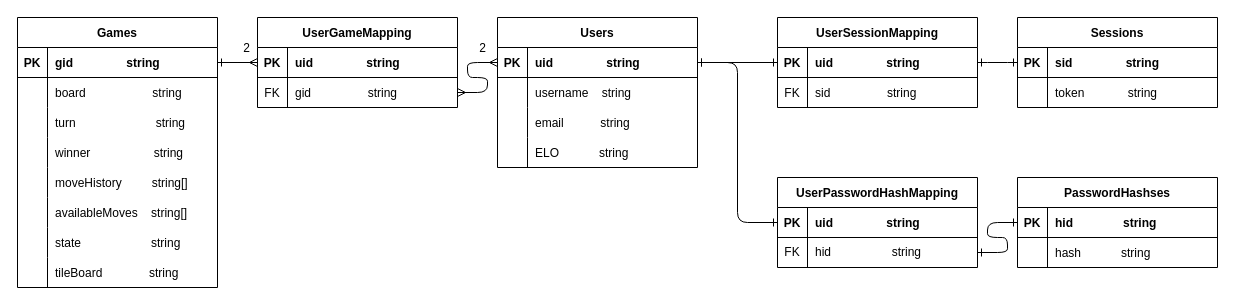
This is documentation/drawio/Database.drawio from Tluszczyk/TicTactics-go, a draw.io file, before an edit. Source tidied: cells renumbered, new cells numbered last; positions are measured from the earlier drawing's top-left corner, leaving out a move shared by most shapes. Both pictures are drawn from the tidied source at 100%, with x=0, y=0 at pixel (17, 17).
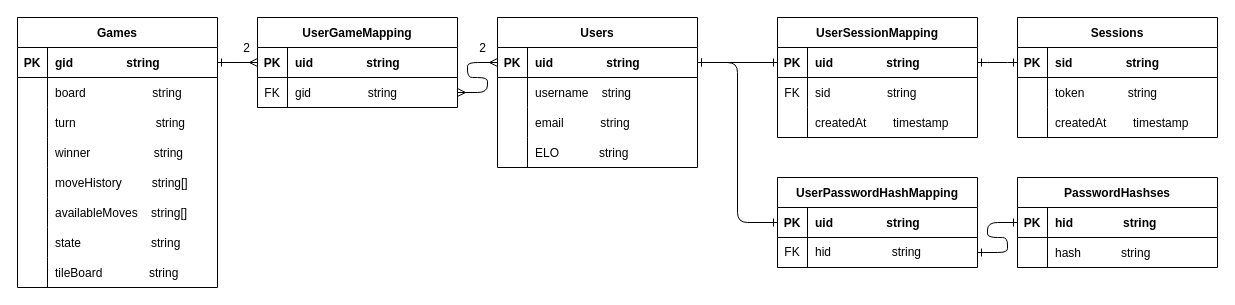
The same page after the edit.

Commit message (it also covers changes not shown here):
Added TTL to sessions and userSessionMapping tables, and set it through mongo database Dockerfile

What changed in the source:
```diff
@@
     <mxCell id="67" value="Sessions" style="shape=table;startSize=30;childLayout=tableLayout;rowLines=0;fontStyle=1;align=center;" parent="1" vertex="1">
-      <mxGeometry x="1000" width="200" height="90" as="geometry" />
+      <mxGeometry x="1000" width="200" height="120" as="geometry" />
     </mxCell>
@@
+    <mxCell id="83" style="shape=partialRectangle;fillColor=none;top=0;left=0;right=0;bottom=0;" parent="67" vertex="1">
+      <mxGeometry y="90" width="200" height="30" as="geometry" />
+    </mxCell>
+    <mxCell id="84" style="shape=partialRectangle;overflow=hidden;fillColor=none;top=0;left=0;bottom=0;right=0;" parent="83" vertex="1">
+      <mxGeometry width="30" height="30" as="geometry" />
+    </mxCell>
+    <mxCell id="85" value="createdAt        timestamp" style="shape=partialRectangle;overflow=hidden;fillColor=none;top=0;left=0;bottom=0;right=0;align=left;spacingLeft=6;" parent="83" vertex="1">
+      <mxGeometry x="30" width="170" height="30" as="geometry" />
+    </mxCell>
     <mxCell id="74" value="UserSessionMapping" style="shape=table;startSize=30;childLayout=tableLayout;rowLines=0;fontStyle=1;align=center;" parent="1" vertex="1">
-      <mxGeometry x="760" width="200" height="90" as="geometry" />
+      <mxGeometry x="760" width="200" height="120" as="geometry" />
     </mxCell>
@@
+    <mxCell id="86" style="shape=partialRectangle;fillColor=none;top=0;left=0;right=0;bottom=0;" parent="74" vertex="1">
+      <mxGeometry y="90" width="200" height="30" as="geometry" />
+    </mxCell>
+    <mxCell id="87" style="shape=partialRectangle;overflow=hidden;fillColor=none;top=0;left=0;bottom=0;right=0;" parent="86" vertex="1">
+      <mxGeometry width="30" height="30" as="geometry" />
+    </mxCell>
+    <mxCell id="88" value="createdAt        timestamp" style="shape=partialRectangle;overflow=hidden;fillColor=none;top=0;left=0;bottom=0;right=0;align=left;spacingLeft=6;" parent="86" vertex="1">
+      <mxGeometry x="30" width="170" height="30" as="geometry" />
+    </mxCell>
```
